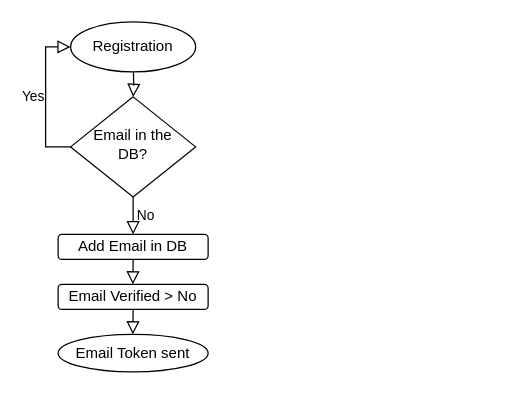
Earlier version of the draw.io diagram EmailUpdateAndVerification.drawio (cosmingherghe/diagrams). Source tidied: cells renumbered, new cells numbered last; positions are measured from the earlier drawing's top-left corner, leaving out a move shared by most shapes. Both pictures are drawn from the tidied source at 125%, with x=0, y=0 at pixel (45, 21).
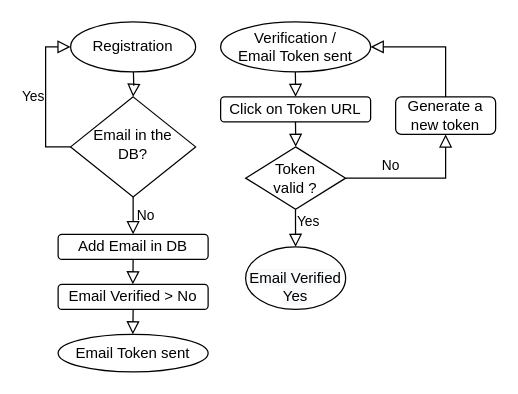
The same page after the edit.

Commit message:
Email Verification

Change to the diagram source:
```diff
@@
+    <mxCell id="12" value="Verification /&lt;br&gt;Email Token sent" style="ellipse;whiteSpace=wrap;html=1;" parent="1" vertex="1">
+      <mxGeometry x="140" width="120" height="40" as="geometry" />
+    </mxCell>
+    <mxCell id="13" value="Click on Token URL" style="rounded=1;whiteSpace=wrap;html=1;" parent="1" vertex="1">
+      <mxGeometry x="140" y="60" width="120" height="20" as="geometry" />
+    </mxCell>
+    <mxCell id="14" style="rounded=0;html=1;jettySize=auto;orthogonalLoop=1;fontSize=11;endArrow=block;endFill=0;endSize=8;strokeWidth=1;shadow=0;labelBackgroundColor=none;edgeStyle=orthogonalEdgeStyle;" parent="1" edge="1">
+      <mxGeometry relative="1" as="geometry">
+        <mxPoint x="199.8" y="40" as="sourcePoint" />
+        <mxPoint x="200" y="60" as="targetPoint" />
+      </mxGeometry>
+    </mxCell>
+    <mxCell id="15" value="Token&lt;br&gt;valid ?" style="rhombus;whiteSpace=wrap;html=1;" parent="1" vertex="1">
+      <mxGeometry x="160" y="100" width="80" height="50" as="geometry" />
+    </mxCell>
+    <mxCell id="16" style="rounded=0;html=1;jettySize=auto;orthogonalLoop=1;fontSize=11;endArrow=block;endFill=0;endSize=8;strokeWidth=1;shadow=0;labelBackgroundColor=none;edgeStyle=orthogonalEdgeStyle;" parent="1" edge="1">
+      <mxGeometry relative="1" as="geometry">
+        <mxPoint x="199.9" y="80" as="sourcePoint" />
+        <mxPoint x="200.1" y="100" as="targetPoint" />
+      </mxGeometry>
+    </mxCell>
+    <mxCell id="17" value="No" style="rounded=0;html=1;jettySize=auto;fontSize=11;endArrow=block;endFill=0;endSize=8;strokeWidth=1;shadow=0;labelBackgroundColor=none;edgeStyle=orthogonalEdgeStyle;exitX=1;exitY=0.5;exitDx=0;exitDy=0;entryX=0.5;entryY=1;entryDx=0;entryDy=0;" parent="1" edge="1" source="15" target="18">
+      <mxGeometry x="-0.38" y="10" relative="1" as="geometry">
+        <Array as="points">
+          <mxPoint x="320" y="125" />
+        </Array>
+      </mxGeometry>
+    </mxCell>
+    <mxCell id="18" value="Generate a &lt;br&gt;new token" style="rounded=1;whiteSpace=wrap;html=1;" parent="1" vertex="1">
+      <mxGeometry x="280" y="60" width="80" height="30" as="geometry" />
+    </mxCell>
+    <mxCell id="19" style="rounded=0;html=1;jettySize=auto;fontSize=11;endArrow=block;endFill=0;endSize=8;strokeWidth=1;shadow=0;labelBackgroundColor=none;edgeStyle=orthogonalEdgeStyle;exitX=0.5;exitY=0;exitDx=0;exitDy=0;entryX=1;entryY=0.5;entryDx=0;entryDy=0;" parent="1" edge="1" source="18" target="12">
+      <mxGeometry relative="1" as="geometry">
+        <Array as="points">
+          <mxPoint x="320" y="20" />
+        </Array>
+      </mxGeometry>
+    </mxCell>
+    <mxCell id="20" value="Yes" style="rounded=0;html=1;jettySize=auto;orthogonalLoop=1;fontSize=11;endArrow=block;endFill=0;endSize=8;strokeWidth=1;shadow=0;labelBackgroundColor=none;edgeStyle=orthogonalEdgeStyle;" parent="1" edge="1">
+      <mxGeometry x="-0.33" y="10" relative="1" as="geometry">
+        <mxPoint x="199.9" y="150" as="sourcePoint" />
+        <mxPoint x="200" y="180" as="targetPoint" />
+        <Array as="points">
+          <mxPoint x="200" y="160" />
+          <mxPoint x="200" y="160" />
+        </Array>
+      </mxGeometry>
+    </mxCell>
+    <mxCell id="21" value="&lt;br&gt;&lt;span style=&quot;color: rgb(0, 0, 0); font-family: Helvetica; font-size: 12px; font-style: normal; font-variant-ligatures: normal; font-variant-caps: normal; font-weight: 400; letter-spacing: normal; orphans: 2; text-align: center; text-indent: 0px; text-transform: none; widows: 2; word-spacing: 0px; -webkit-text-stroke-width: 0px; background-color: rgb(248, 249, 250); text-decoration-thickness: initial; text-decoration-style: initial; text-decoration-color: initial; float: none; display: inline !important;&quot;&gt;Email Verified&lt;br&gt;Yes&lt;/span&gt;&lt;br&gt;" style="ellipse;whiteSpace=wrap;html=1;" parent="1" vertex="1">
+      <mxGeometry x="160" y="180" width="80" height="50" as="geometry" />
+    </mxCell>
```
